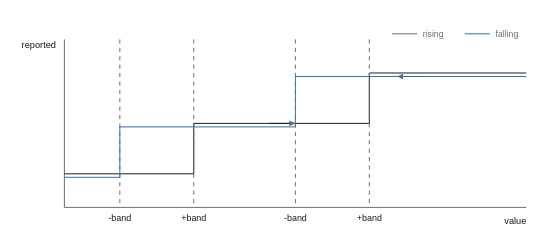
Above: images/logic/block_Deadband.drawio.svg in pstch/botanik2 (draw.io), before the change. Source tidied: cells renumbered, new cells last; positions are measured from the earlier drawing's top-left corner, leaving out a move shared by most shapes. Source of this version:
```xml
<mxGraphModel>
  <root>
    <mxCell id="0" />
    <mxCell id="1" parent="0" />
    <mxCell id="2" style="edgeStyle=none;html=1;strokeColor=#6b6b6b;endArrow=none;" parent="1" edge="1">
      <mxGeometry relative="1" as="geometry">
        <mxPoint x="6" y="8" as="sourcePoint" />
        <mxPoint x="336" y="128" as="targetPoint" />
        <Array as="points">
          <mxPoint x="6" y="128" />
        </Array>
      </mxGeometry>
    </mxCell>
    <mxCell id="3" value="reported" style="text;html=1;fontSize=6;fontColor=#1a1a1a;align=left;" parent="1" vertex="1">
      <mxGeometry y="7.4" width="40" height="10.6" as="geometry" />
    </mxCell>
    <mxCell id="4" value="value" style="text;html=1;fontSize=6;fontColor=#1a1a1a;align=left;" parent="1" vertex="1">
      <mxGeometry x="336" y="133.4" width="40" height="10.6" as="geometry" />
    </mxCell>
    <mxCell id="5" style="edgeStyle=none;html=1;strokeColor=#1a1a1a;endArrow=none;" parent="1" edge="1">
      <mxGeometry relative="1" as="geometry">
        <mxPoint x="6" y="104" as="sourcePoint" />
        <mxPoint x="336" y="32" as="targetPoint" />
        <Array as="points">
          <mxPoint x="98.4" y="104" />
          <mxPoint x="98.4" y="68" />
          <mxPoint x="223.8" y="68" />
          <mxPoint x="223.8" y="32" />
        </Array>
      </mxGeometry>
    </mxCell>
    <mxCell id="6" style="edgeStyle=none;html=1;strokeColor=#1a1a1a;endArrow=block;" parent="1" edge="1">
      <mxGeometry relative="1" as="geometry">
        <mxPoint x="152.1" y="68" as="sourcePoint" />
        <mxPoint x="170.1" y="68" as="targetPoint" />
      </mxGeometry>
    </mxCell>
    <mxCell id="7" style="edgeStyle=none;html=1;strokeColor=#2f6fae;endArrow=none;" parent="1" edge="1">
      <mxGeometry relative="1" as="geometry">
        <mxPoint x="336" y="34.5" as="sourcePoint" />
        <mxPoint x="6" y="106.5" as="targetPoint" />
        <Array as="points">
          <mxPoint x="171" y="34.5" />
          <mxPoint x="171" y="70.5" />
          <mxPoint x="45.6" y="70.5" />
          <mxPoint x="45.6" y="106.5" />
        </Array>
      </mxGeometry>
    </mxCell>
    <mxCell id="8" style="edgeStyle=none;html=1;strokeColor=#2f6fae;endArrow=block;" parent="1" edge="1">
      <mxGeometry relative="1" as="geometry">
        <mxPoint x="262.5" y="34.5" as="sourcePoint" />
        <mxPoint x="244.5" y="34.5" as="targetPoint" />
      </mxGeometry>
    </mxCell>
    <mxCell id="9" style="edgeStyle=none;html=1;strokeColor=#6b6b6b;endArrow=none;" parent="1" edge="1">
      <mxGeometry relative="1" as="geometry">
        <mxPoint x="240" y="4" as="sourcePoint" />
        <mxPoint x="258" y="4" as="targetPoint" />
      </mxGeometry>
    </mxCell>
    <mxCell id="10" value="rising" style="text;html=1;fontSize=6;fontColor=#6b6b6b;align=left;" parent="1" vertex="1">
      <mxGeometry x="262" y="-0.2" width="40" height="10.2" as="geometry" />
    </mxCell>
    <mxCell id="11" style="edgeStyle=none;html=1;strokeColor=#2f6fae;endArrow=none;" parent="1" edge="1">
      <mxGeometry relative="1" as="geometry">
        <mxPoint x="292" y="4" as="sourcePoint" />
        <mxPoint x="310" y="4" as="targetPoint" />
      </mxGeometry>
    </mxCell>
    <mxCell id="12" value="falling" style="text;html=1;fontSize=6;fontColor=#6b6b6b;align=left;" parent="1" vertex="1">
      <mxGeometry x="314" y="-0.2" width="40" height="10.2" as="geometry" />
    </mxCell>
    <mxCell id="13" style="edgeStyle=none;html=1;strokeColor=#6b6b6b;endArrow=none;dashed=1;" parent="1" edge="1">
      <mxGeometry relative="1" as="geometry">
        <mxPoint x="45.6" y="8" as="sourcePoint" />
        <mxPoint x="45.6" y="128" as="targetPoint" />
      </mxGeometry>
    </mxCell>
    <mxCell id="14" value="-band" style="text;html=1;fontSize=6;fontColor=#1a1a1a;align=center;" parent="1" vertex="1">
      <mxGeometry x="45.6" y="131.6" width="40" height="10.4" as="geometry" />
    </mxCell>
    <mxCell id="15" style="edgeStyle=none;html=1;strokeColor=#6b6b6b;endArrow=none;dashed=1;" parent="1" edge="1">
      <mxGeometry relative="1" as="geometry">
        <mxPoint x="98.4" y="8" as="sourcePoint" />
        <mxPoint x="98.4" y="128" as="targetPoint" />
      </mxGeometry>
    </mxCell>
    <mxCell id="16" value="+band" style="text;html=1;fontSize=6;fontColor=#1a1a1a;align=center;" parent="1" vertex="1">
      <mxGeometry x="98.4" y="131.6" width="40" height="10.4" as="geometry" />
    </mxCell>
    <mxCell id="17" style="edgeStyle=none;html=1;strokeColor=#6b6b6b;endArrow=none;dashed=1;" parent="1" edge="1">
      <mxGeometry relative="1" as="geometry">
        <mxPoint x="171" y="8" as="sourcePoint" />
        <mxPoint x="171" y="128" as="targetPoint" />
      </mxGeometry>
    </mxCell>
    <mxCell id="18" value="-band" style="text;html=1;fontSize=6;fontColor=#1a1a1a;align=center;" parent="1" vertex="1">
      <mxGeometry x="171" y="131.6" width="40" height="10.4" as="geometry" />
    </mxCell>
    <mxCell id="19" style="edgeStyle=none;html=1;strokeColor=#6b6b6b;endArrow=none;dashed=1;" parent="1" edge="1">
      <mxGeometry relative="1" as="geometry">
        <mxPoint x="223.8" y="8" as="sourcePoint" />
        <mxPoint x="223.8" y="128" as="targetPoint" />
      </mxGeometry>
    </mxCell>
    <mxCell id="20" value="+band" style="text;html=1;fontSize=6;fontColor=#1a1a1a;align=center;" parent="1" vertex="1">
      <mxGeometry x="223.8" y="131.6" width="40" height="10.4" as="geometry" />
    </mxCell>
  </root>
</mxGraphModel>
```
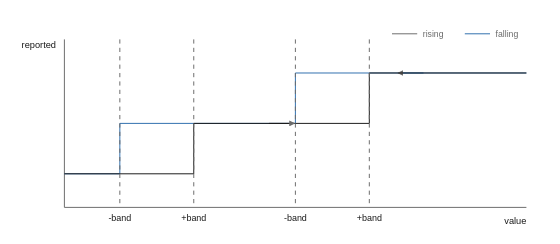
Above is the later version.

Change to the diagram source:
```diff
@@ -17,40 +17,40 @@
     <mxCell id="4" value="value" style="text;html=1;fontSize=6;fontColor=#1a1a1a;align=left;" parent="1" vertex="1">
       <mxGeometry x="336" y="133.4" width="40" height="10.6" as="geometry" />
     </mxCell>
-    <mxCell id="5" style="edgeStyle=none;html=1;strokeColor=#1a1a1a;endArrow=none;" parent="1" edge="1">
+    <mxCell id="5" style="edgeStyle=none;html=1;strokeColor=#2f6fae;endArrow=none;" parent="1" edge="1">
       <mxGeometry relative="1" as="geometry">
-        <mxPoint x="6" y="104" as="sourcePoint" />
-        <mxPoint x="336" y="32" as="targetPoint" />
+        <mxPoint x="336" y="32" as="sourcePoint" />
+        <mxPoint x="6" y="104" as="targetPoint" />
         <Array as="points">
-          <mxPoint x="98.4" y="104" />
-          <mxPoint x="98.4" y="68" />
-          <mxPoint x="223.8" y="68" />
-          <mxPoint x="223.8" y="32" />
+          <mxPoint x="171" y="32" />
+          <mxPoint x="171" y="68" />
+          <mxPoint x="45.6" y="68" />
+          <mxPoint x="45.6" y="104" />
         </Array>
       </mxGeometry>
     </mxCell>
-    <mxCell id="6" style="edgeStyle=none;html=1;strokeColor=#1a1a1a;endArrow=block;" parent="1" edge="1">
+    <mxCell id="6" style="edgeStyle=none;html=1;strokeColor=#2f6fae;endArrow=block;" parent="1" edge="1">
       <mxGeometry relative="1" as="geometry">
-        <mxPoint x="152.1" y="68" as="sourcePoint" />
-        <mxPoint x="170.1" y="68" as="targetPoint" />
+        <mxPoint x="262.5" y="32" as="sourcePoint" />
+        <mxPoint x="244.5" y="32" as="targetPoint" />
       </mxGeometry>
     </mxCell>
-    <mxCell id="7" style="edgeStyle=none;html=1;strokeColor=#2f6fae;endArrow=none;" parent="1" edge="1">
+    <mxCell id="7" style="edgeStyle=none;html=1;strokeColor=#1a1a1a;endArrow=none;" parent="1" edge="1">
       <mxGeometry relative="1" as="geometry">
-        <mxPoint x="336" y="34.5" as="sourcePoint" />
-        <mxPoint x="6" y="106.5" as="targetPoint" />
+        <mxPoint x="6" y="104" as="sourcePoint" />
+        <mxPoint x="336" y="32" as="targetPoint" />
         <Array as="points">
-          <mxPoint x="171" y="34.5" />
-          <mxPoint x="171" y="70.5" />
-          <mxPoint x="45.6" y="70.5" />
-          <mxPoint x="45.6" y="106.5" />
+          <mxPoint x="98.4" y="104" />
+          <mxPoint x="98.4" y="68" />
+          <mxPoint x="223.8" y="68" />
+          <mxPoint x="223.8" y="32" />
         </Array>
       </mxGeometry>
     </mxCell>
-    <mxCell id="8" style="edgeStyle=none;html=1;strokeColor=#2f6fae;endArrow=block;" parent="1" edge="1">
+    <mxCell id="8" style="edgeStyle=none;html=1;strokeColor=#1a1a1a;endArrow=block;" parent="1" edge="1">
       <mxGeometry relative="1" as="geometry">
-        <mxPoint x="262.5" y="34.5" as="sourcePoint" />
-        <mxPoint x="244.5" y="34.5" as="targetPoint" />
+        <mxPoint x="152.1" y="68" as="sourcePoint" />
+        <mxPoint x="170.1" y="68" as="targetPoint" />
       </mxGeometry>
     </mxCell>
     <mxCell id="9" style="edgeStyle=none;html=1;strokeColor=#6b6b6b;endArrow=none;" parent="1" edge="1">
```
